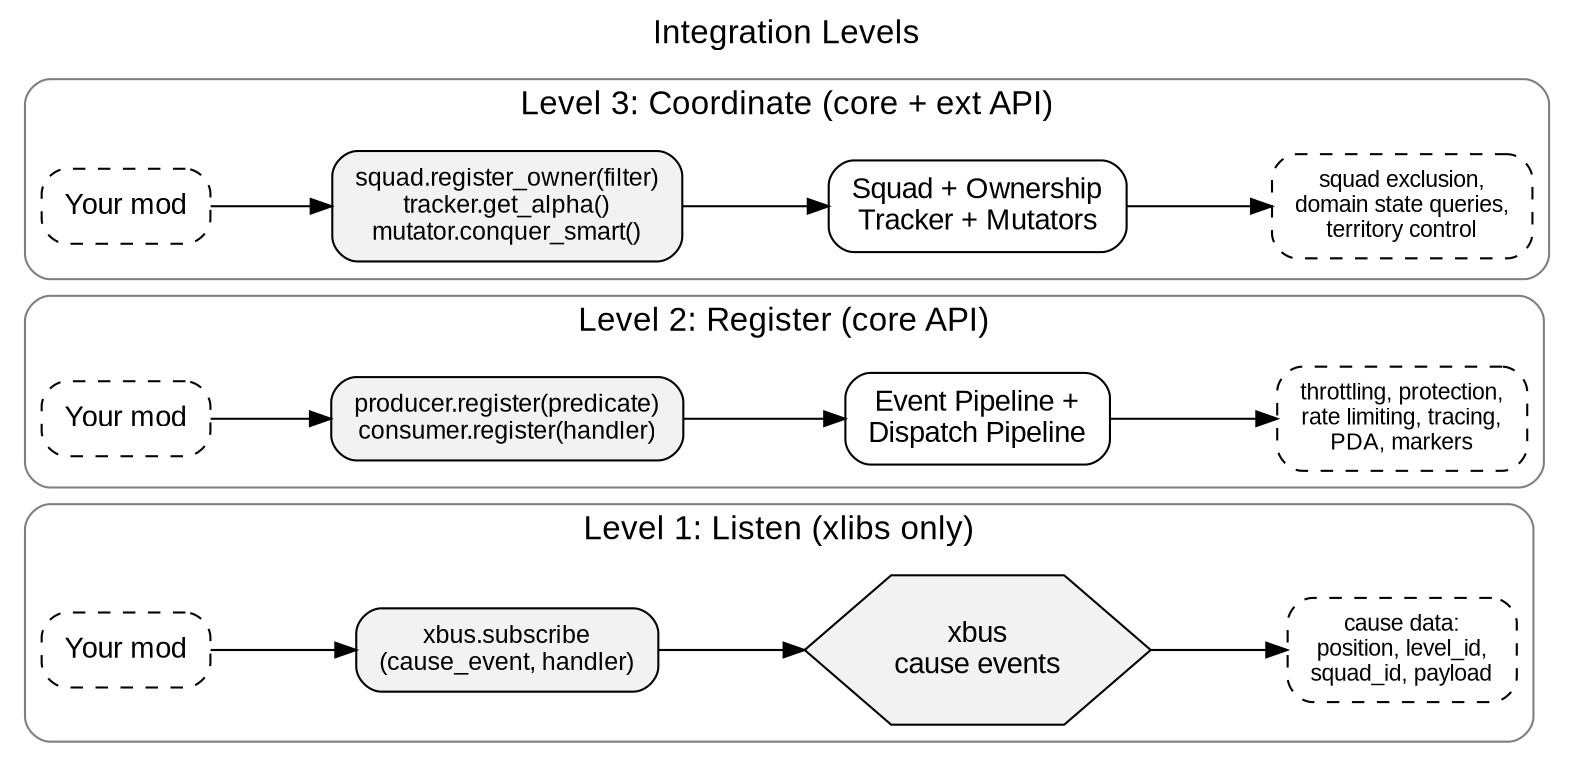
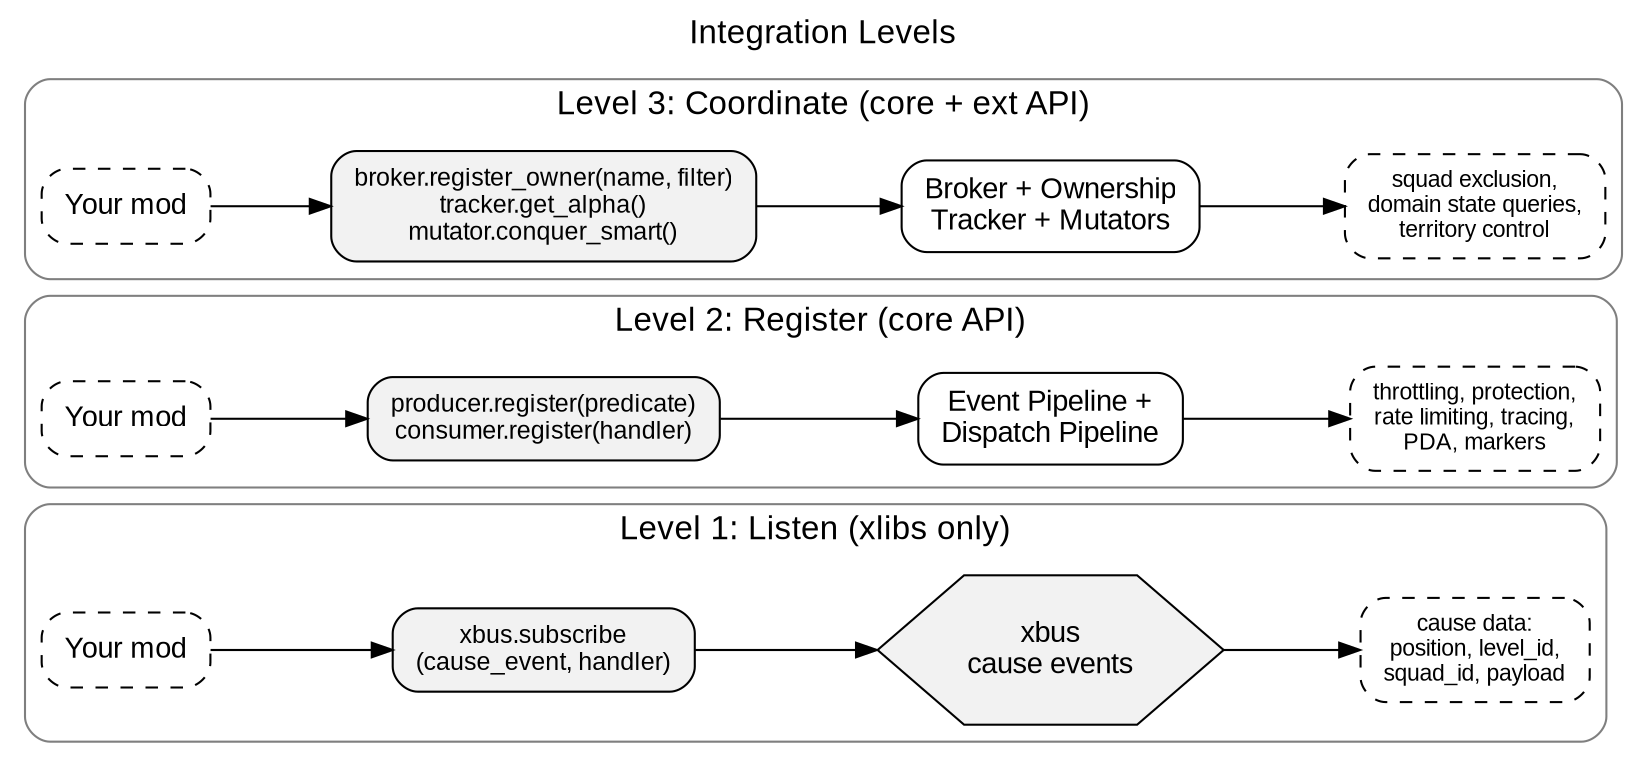
digraph integration_levels {
    // Layout
    rankdir=LR
    splines=ortho
    nodesep=0.4
    ranksep=0.8

    // Defaults
    node [shape=box, style="rounded,filled", fillcolor=white,
          fontsize=14, fontname="Arial", margin="0.15,0.1"]
    edge [fontsize=11, fontname="Arial"]
    graph [fontsize=16, fontname="Arial"]

    // Title
    label="Integration Levels"
    labelloc=t

    // --- Level 1 ---
    subgraph cluster_l1 {
        label="Level 1: Listen (xlibs only)"
        style=rounded
        color=gray50

        l1_mod [label="Your mod", style="rounded,dashed"]
        l1_call [label="xbus.subscribe\n(cause_event, handler)", fontsize=12, fillcolor=gray95]
        l1_target [label="xbus\ncause events", shape=hexagon, fillcolor=gray95, style=filled]
        l1_gets [label="cause data:\nposition, level_id,\nsquad_id, payload", fontsize=11, style="rounded,dashed"]

        l1_mod -> l1_call -> l1_target -> l1_gets
    }

    // --- Level 2 ---
    subgraph cluster_l2 {
        label="Level 2: Register (core API)"
        style=rounded
        color=gray50

        l2_mod [label="Your mod", style="rounded,dashed"]
        l2_call [label="producer.register(predicate)\nconsumer.register(handler)", fontsize=12, fillcolor=gray95]
        l2_target [label="Event Pipeline +\nDispatch Pipeline"]
        l2_gets [label="throttling, protection,\nrate limiting, tracing,\nPDA, markers", fontsize=11, style="rounded,dashed"]

        l2_mod -> l2_call -> l2_target -> l2_gets
    }

    // --- Level 3 ---
    subgraph cluster_l3 {
        label="Level 3: Coordinate (core + ext API)"
        style=rounded
        color=gray50

        l3_mod [label="Your mod", style="rounded,dashed"]
-         l3_call [label="squad.register_owner(filter)\ntracker.get_alpha()\nmutator.conquer_smart()", fontsize=12, fillcolor=gray95]
-         l3_target [label="Squad + Ownership\nTracker + Mutators"]
+         l3_call [label="broker.register_owner(name, filter)\ntracker.get_alpha()\nmutator.conquer_smart()", fontsize=12, fillcolor=gray95]
+         l3_target [label="Broker + Ownership\nTracker + Mutators"]
        l3_gets [label="squad exclusion,\ndomain state queries,\nterritory control", fontsize=11, style="rounded,dashed"]

        l3_mod -> l3_call -> l3_target -> l3_gets
    }
}
